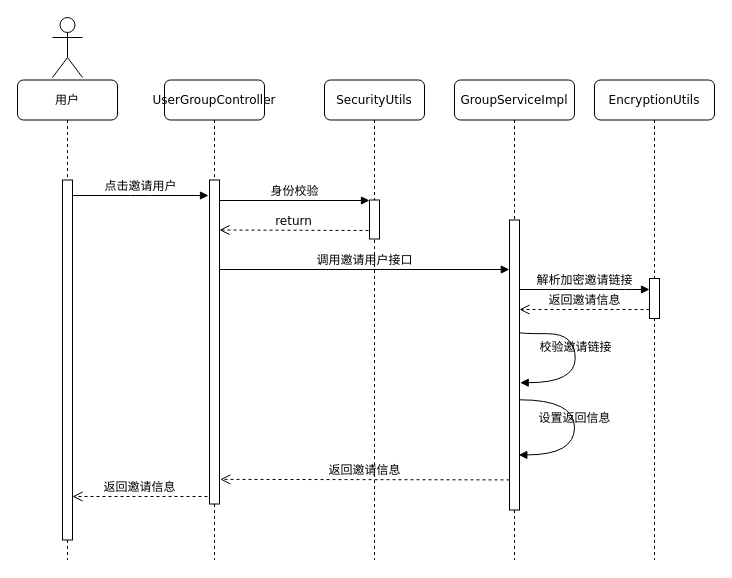
come-on-reader/draw-io keeps this draw.io diagram as 获取邀请信息时序图.drawio. Above is the earlier version. Source tidied: cells renumbered, new cells numbered last; positions are measured from the earlier drawing's top-left corner, leaving out a move shared by most shapes. Both pictures are drawn from the tidied source at 100%, with x=0, y=0 at pixel (17, 17).
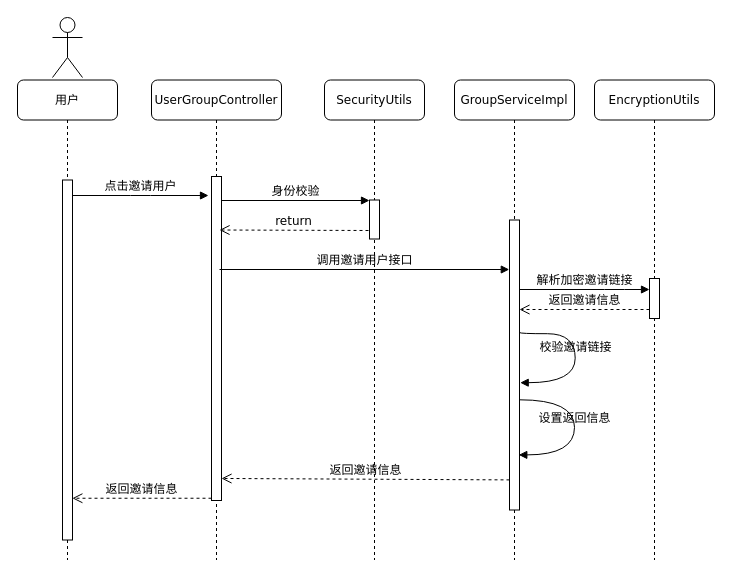
The same diagram, later.

Commit message:
更新获取邀请信息时序图.drawio

Unchanged cells that the change refers to:
```xml
<mxCell id="5" value="SecurityUtils" style="shape=umlLifeline;perimeter=lifelinePerimeter;whiteSpace=wrap;html=1;rounded=1;shadow=0;comic=0;labelBackgroundColor=none;strokeWidth=1;fontFamily=Verdana;fontSize=12;align=center;" parent="1" vertex="1">
  <mxGeometry x="307" y="62.5" width="100" height="480" as="geometry" />
</mxCell>
<mxCell id="13" style="html=1;points=[];perimeter=orthogonalPerimeter;rounded=0;shadow=0;comic=0;labelBackgroundColor=none;strokeWidth=1;fontFamily=Verdana;fontSize=12;align=center;" parent="12" vertex="1">
  <mxGeometry x="45" y="100" width="10" height="360" as="geometry" />
</mxCell>
```

Diff of the diagram source:
```diff
@@
     <mxCell id="2" value="UserGroupController" style="shape=umlLifeline;perimeter=lifelinePerimeter;whiteSpace=wrap;html=1;rounded=1;shadow=0;comic=0;labelBackgroundColor=none;strokeWidth=1;fontFamily=Verdana;fontSize=12;align=center;" parent="1" vertex="1">
-      <mxGeometry x="147" y="62.5" width="100" height="480" as="geometry" />
+      <mxGeometry x="134" y="62.5" width="130" height="480" as="geometry" />
     </mxCell>
     <mxCell id="3" style="html=1;points=[];perimeter=orthogonalPerimeter;rounded=0;shadow=0;comic=0;labelBackgroundColor=none;strokeWidth=1;fontFamily=Verdana;fontSize=12;align=center;" parent="2" vertex="1">
-      <mxGeometry x="45" y="100" width="10" height="324" as="geometry" />
+      <mxGeometry x="60" y="96.5" width="10" height="324" as="geometry" />
     </mxCell>
-    <mxCell id="4" value="返回邀请信息" style="html=1;verticalAlign=bottom;endArrow=open;dashed=1;endSize=8;labelBackgroundColor=none;fontFamily=Verdana;fontSize=12;entryX=1.075;entryY=0.924;entryDx=0;entryDy=0;entryPerimeter=0;" parent="2" edge="1">
-      <mxGeometry relative="1" as="geometry">
-        <mxPoint x="43" y="416.5" as="sourcePoint" />
-        <mxPoint x="-92" y="416.5" as="targetPoint" />
-      </mxGeometry>
-    </mxCell>
@@
-    <mxCell id="7" value="返回邀请信息" style="html=1;verticalAlign=bottom;endArrow=open;dashed=1;endSize=8;labelBackgroundColor=none;fontFamily=Verdana;fontSize=12;exitX=-0.006;exitY=0.797;exitDx=0;exitDy=0;exitPerimeter=0;entryX=1.075;entryY=0.924;entryDx=0;entryDy=0;entryPerimeter=0;" parent="5" edge="1" target="3">
+    <mxCell id="7" value="返回邀请信息" style="html=1;verticalAlign=bottom;endArrow=open;dashed=1;endSize=8;labelBackgroundColor=none;fontFamily=Verdana;fontSize=12;exitX=-0.006;exitY=0.797;exitDx=0;exitDy=0;exitPerimeter=0;entryX=1;entryY=0.932;entryDx=0;entryDy=0;entryPerimeter=0;" parent="5" edge="1" target="3">
       <mxGeometry relative="1" as="geometry">
         <mxPoint x="185" y="399.9" as="sourcePoint" />
       </mxGeometry>
     </mxCell>
@@
+    <mxCell id="4" value="返回邀请信息" style="html=1;verticalAlign=bottom;endArrow=open;dashed=1;endSize=8;labelBackgroundColor=none;fontFamily=Verdana;fontSize=12;entryX=0.986;entryY=0.884;entryDx=0;entryDy=0;entryPerimeter=0;" parent="1" edge="1" source="3" target="13">
+      <mxGeometry relative="1" as="geometry" />
+    </mxCell>
```
